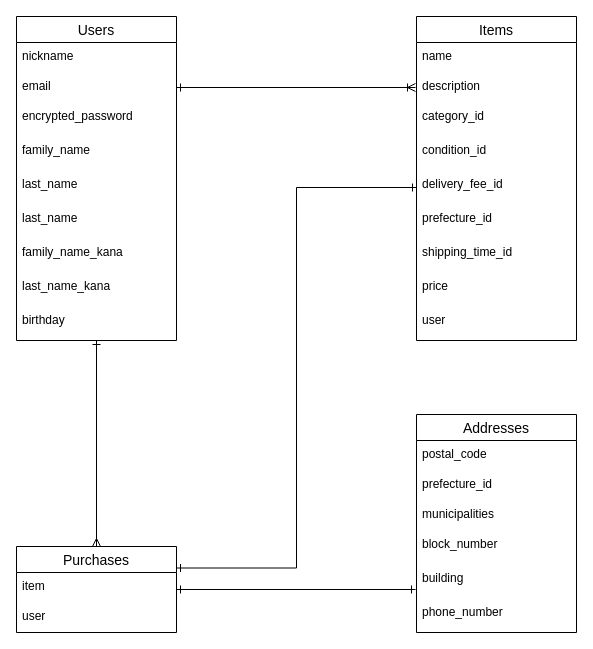
Above: furima.dio in tetsu9265/furima-31526 (draw.io), before the change. Source tidied: cells renumbered, new cells numbered last; positions are measured from the earlier drawing's top-left corner, leaving out a move shared by most shapes. Both pictures are drawn from the tidied source at 100%, with x=0, y=0 at pixel (16, 16).
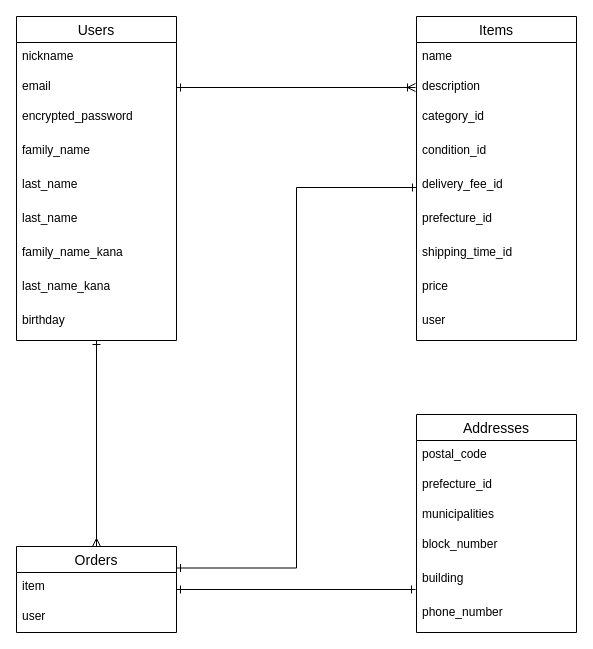
The same diagram, later.

Commit message (it also covers changes not shown here):
テーブル名をpurchaseからorderに変更

What changed in the source:
```diff
@@
-    <mxCell id="24" value="Purchases" style="swimlane;fontStyle=0;horizontal=1;startSize=26;align=center;fontSize=14;" parent="1" vertex="1">
+    <mxCell id="24" value="Orders" style="swimlane;fontStyle=0;horizontal=1;startSize=26;align=center;fontSize=14;" parent="1" vertex="1">
       <mxGeometry y="530" width="160" height="86" as="geometry" />
     </mxCell>
```
